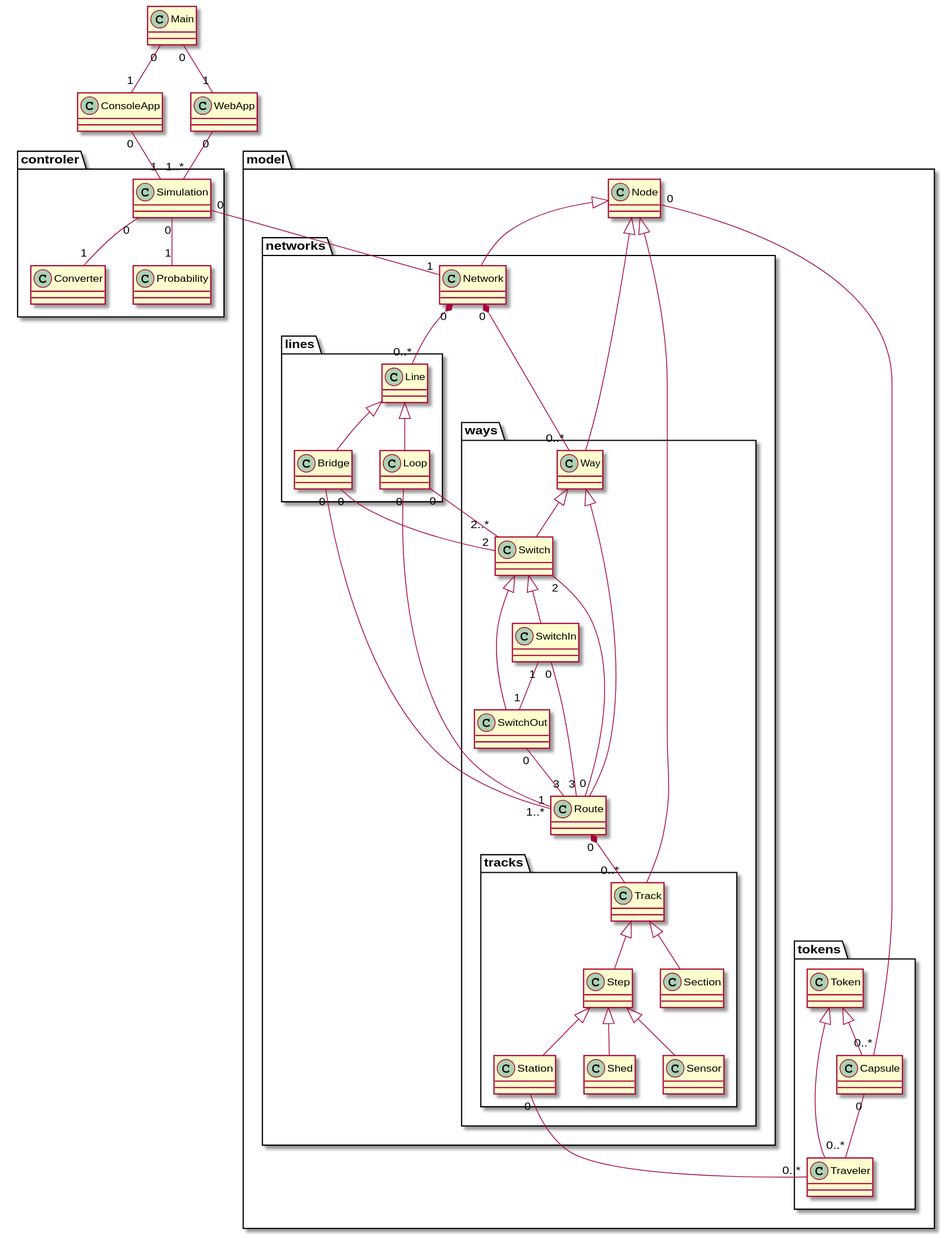
The PlantUML diagram docs/classes-0.4.svg in PolariTOON/urbanloop-global-simulator, before a commit. Its source is kept beside it as docs/classes-0.4.puml. Its diagram source:
```plantuml
@startuml

class Main
class ConsoleApp
class WebApp
package controler {
	class Simulation
	class Converter
	class Probability
}
package model {
	class Node
	package networks {
		class Network
		package ways {
			class Way
			class Switch
			class SwitchIn
			class SwitchOut
			class Route
			package tracks {
				class Track
				class Step
				class Sensor
				class Station
				class Shed
				class Section
			}
		}
		package lines {
			class Line
			class Bridge
			class Loop
		}
	}
	package tokens {
		class Token
		class Capsule
		class Traveler
	}
}

Main "0"--"1" ConsoleApp
Main "0"--"1" WebApp
ConsoleApp "0"--"1" Simulation
WebApp "0"--"1..*" Simulation
Simulation "0"--"1" Converter
Simulation "0"--"1" Probability
Simulation "0"--"1" Network
Node <|-- Network
Node <|-- Way
Node <|-- Track
Node "0"--"0..*" Capsule
Network "0"*--"0..*" Way
Network "0"*--"0..*" Line
Way <|-- Switch
Way <|-- Route
Switch <|-- SwitchIn
Switch <|-- SwitchOut
SwitchIn "0"--"3" Route
SwitchIn "1"--"1" SwitchOut
SwitchOut "0"--"3" Route
Route "0"--"2" Switch
Route "0"*--"0..*" Track
Track <|-- Step
Track <|-- Section
Step <|-- Sensor
Step <|-- Station
Step <|-- Shed
Station "0"--"0..*" Traveler
Line <|-- Bridge
Line <|-- Loop
Bridge "0"--"1" Route
Bridge "0"--"2" Switch
Loop "0"--"2..*" Switch
Loop "0"--"1..*" Route
Token <|-- Capsule
Token <|-- Traveler
Capsule "0"--"0..*" Traveler

@enduml
```
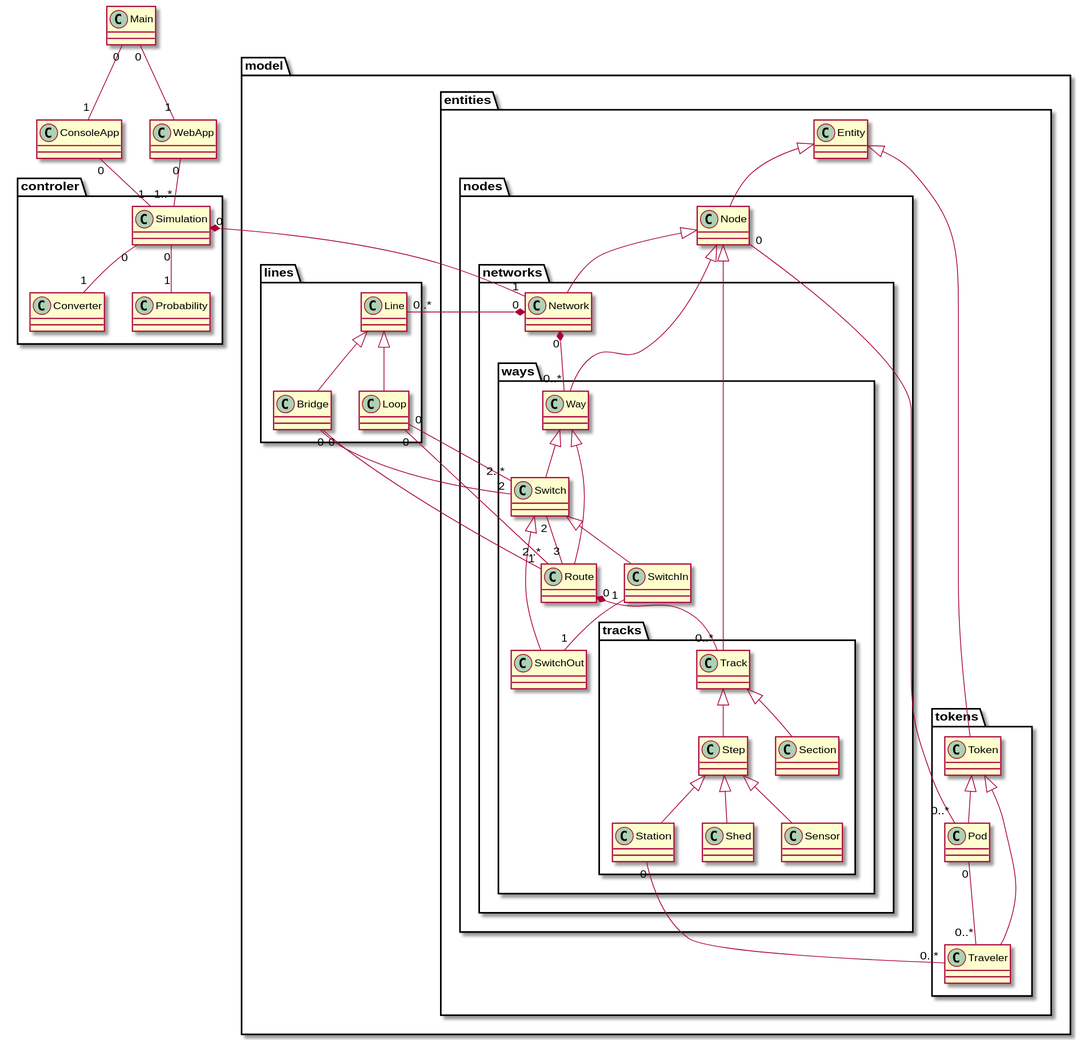
Above is the later version.

What changed in the source:
```diff
@@ -9,34 +9,39 @@
 	class Probability
 }
 package model {
-	class Node
-	package networks {
-		class Network
-		package ways {
-			class Way
-			class Switch
-			class SwitchIn
-			class SwitchOut
-			class Route
-			package tracks {
-				class Track
-				class Step
-				class Sensor
-				class Station
-				class Shed
-				class Section
+	package entities {
+		class Entity
+		package nodes {
+			class Node
+			package networks {
+				class Network
+				package ways {
+					class Way
+					class Switch
+					class SwitchIn
+					class SwitchOut
+					class Route
+					package tracks {
+						class Track
+						class Step
+						class Sensor
+						class Station
+						class Shed
+						class Section
+					}
+				}
 			}
 		}
-		package lines {
-			class Line
-			class Bridge
-			class Loop
+		package tokens {
+			class Token
+			class Traveler
+			class Pod
 		}
 	}
-	package tokens {
-		class Token
-		class Capsule
-		class Traveler
+	package lines {
+		class Line
+		class Bridge
+		class Loop
 	}
 }
 
@@ -45,22 +50,22 @@
 ConsoleApp "0"--"1" Simulation
 WebApp "0"--"1..*" Simulation
 Simulation "0"--"1" Converter
+Simulation "0"*--"1" Network
 Simulation "0"--"1" Probability
-Simulation "0"--"1" Network
+Entity <|-- Node
+Entity <|-- Token
 Node <|-- Network
 Node <|-- Way
 Node <|-- Track
-Node "0"--"0..*" Capsule
+Node "0"--"0..*" Pod
 Network "0"*--"0..*" Way
 Network "0"*--"0..*" Line
 Way <|-- Switch
 Way <|-- Route
 Switch <|-- SwitchIn
 Switch <|-- SwitchOut
-SwitchIn "0"--"3" Route
+Switch "2"--"3" Route
 SwitchIn "1"--"1" SwitchOut
-SwitchOut "0"--"3" Route
-Route "0"--"2" Switch
 Route "0"*--"0..*" Track
 Track <|-- Step
 Track <|-- Section
@@ -68,14 +73,14 @@
 Step <|-- Station
 Step <|-- Shed
 Station "0"--"0..*" Traveler
+Token <|-- Pod
+Token <|-- Traveler
+Pod "0"--"0..*" Traveler
+Line <|-- Loop
 Line <|-- Bridge
-Line <|-- Loop
+Loop "0"--"2..*" Switch
+Loop "0"--"2..*" Route
 Bridge "0"--"1" Route
 Bridge "0"--"2" Switch
-Loop "0"--"2..*" Switch
-Loop "0"--"1..*" Route
-Token <|-- Capsule
-Token <|-- Traveler
-Capsule "0"--"0..*" Traveler
 
 @enduml
```
